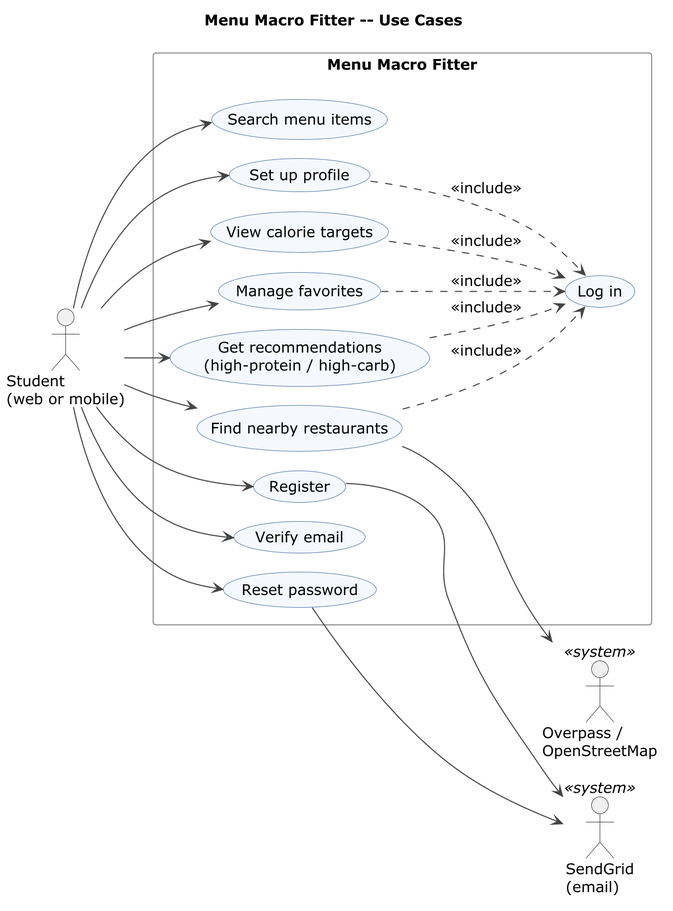
Before: docs/diagrams/use-case.png, a diagram exported from PlantUML (polter-dev/POOSD_large_proj). Its diagram source:
```plantuml
@startuml use-case

skinparam defaultFontName Verdana
scale 2
skinparam defaultFontSize 14
skinparam shadowing false
skinparam ArrowColor #444444
skinparam actorBorderColor #333333
skinparam usecaseBackgroundColor #F5F9FF
skinparam usecaseBorderColor #4A6FA5
skinparam rectangleBorderColor #888888
left to right direction

title Menu Macro Fitter -- Use Cases

actor "Student\n(web or mobile)" as Student

rectangle "Menu Macro Fitter" {
  usecase "Search menu items" as Search
  usecase "Set up profile" as Profile
  usecase "View calorie targets" as Targets
  usecase "Manage favorites" as Favs
  usecase "Get recommendations\n(high-protein / high-carb)" as Recs
  usecase "Find nearby restaurants" as Nearby
  usecase "Log in" as Login
  usecase "Register" as Register
  usecase "Verify email" as Verify
  usecase "Reset password" as Reset
}

actor "Overpass /\nOpenStreetMap" as Overpass <<system>>
actor "SendGrid\n(email)" as SendGrid <<system>>

Student --> Search
Student --> Profile
Student --> Targets
Student --> Favs
Student --> Recs
Student --> Nearby
Student --> Register
Student --> Verify
Student --> Reset

Profile ..> Login : <<include>>
Targets ..> Login : <<include>>
Favs ..> Login : <<include>>
Recs ..> Login : <<include>>
Nearby ..> Login : <<include>>

Nearby --> Overpass
Register --> SendGrid
Reset --> SendGrid

@enduml
```
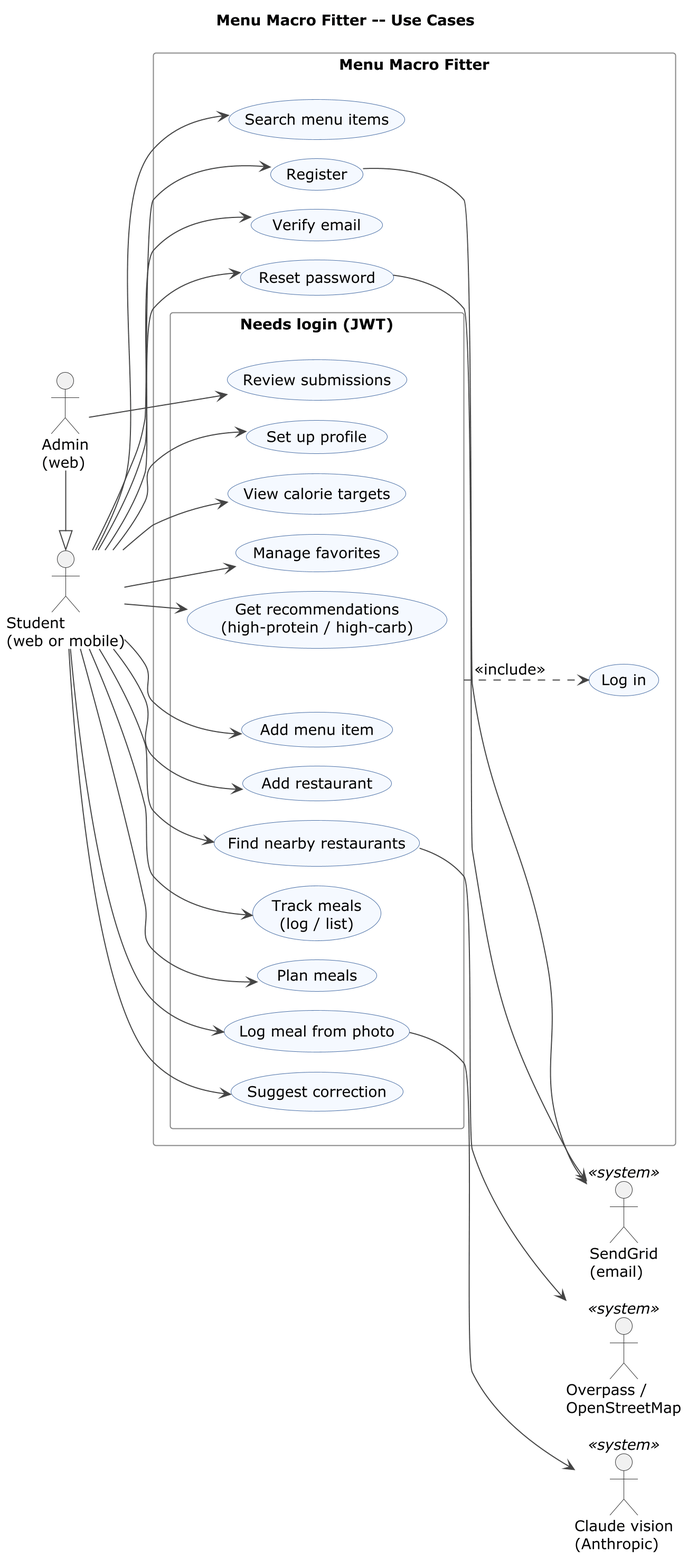
Later version of the same file.

Commit message:
UML for M6: use case with Admin and M6 use cases, photo-log sequence, moderation activity (#122)

The edit, as a diff of the source:
```diff
@@ -14,40 +14,56 @@
 title Menu Macro Fitter -- Use Cases
 
 actor "Student\n(web or mobile)" as Student
+actor "Admin\n(web)" as Admin
+Student <|-left- Admin
 
 rectangle "Menu Macro Fitter" {
   usecase "Search menu items" as Search
-  usecase "Set up profile" as Profile
-  usecase "View calorie targets" as Targets
-  usecase "Manage favorites" as Favs
-  usecase "Get recommendations\n(high-protein / high-carb)" as Recs
-  usecase "Find nearby restaurants" as Nearby
-  usecase "Log in" as Login
   usecase "Register" as Register
   usecase "Verify email" as Verify
   usecase "Reset password" as Reset
+  usecase "Log in" as Login
+  rectangle "Needs login (JWT)" as Protected {
+    usecase "Set up profile" as Profile
+    usecase "View calorie targets" as Targets
+    usecase "Manage favorites" as Favs
+    usecase "Get recommendations\n(high-protein / high-carb)" as Recs
+    usecase "Find nearby restaurants" as Nearby
+    usecase "Track meals\n(log / list)" as Track
+    usecase "Plan meals" as Plan
+    usecase "Log meal from photo" as Photo
+    usecase "Suggest correction" as Correct
+    usecase "Add menu item" as AddItem
+    usecase "Add restaurant" as AddChain
+    usecase "Review submissions" as Review
+  }
 }
 
 actor "Overpass /\nOpenStreetMap" as Overpass <<system>>
+actor "Claude vision\n(Anthropic)" as Claude <<system>>
 actor "SendGrid\n(email)" as SendGrid <<system>>
 
 Student --> Search
+Student --> Register
+Student --> Verify
+Student --> Reset
 Student --> Profile
 Student --> Targets
 Student --> Favs
 Student --> Recs
 Student --> Nearby
-Student --> Register
-Student --> Verify
-Student --> Reset
+Student --> Track
+Student --> Plan
+Student --> Photo
+Student --> Correct
+Student --> AddItem
+Student --> AddChain
+Admin --> Review
 
-Profile ..> Login : <<include>>
-Targets ..> Login : <<include>>
-Favs ..> Login : <<include>>
-Recs ..> Login : <<include>>
-Nearby ..> Login : <<include>>
+Protected ..> Login : <<include>>
 
 Nearby --> Overpass
+Photo --> Claude
 Register --> SendGrid
 Reset --> SendGrid
 
```
